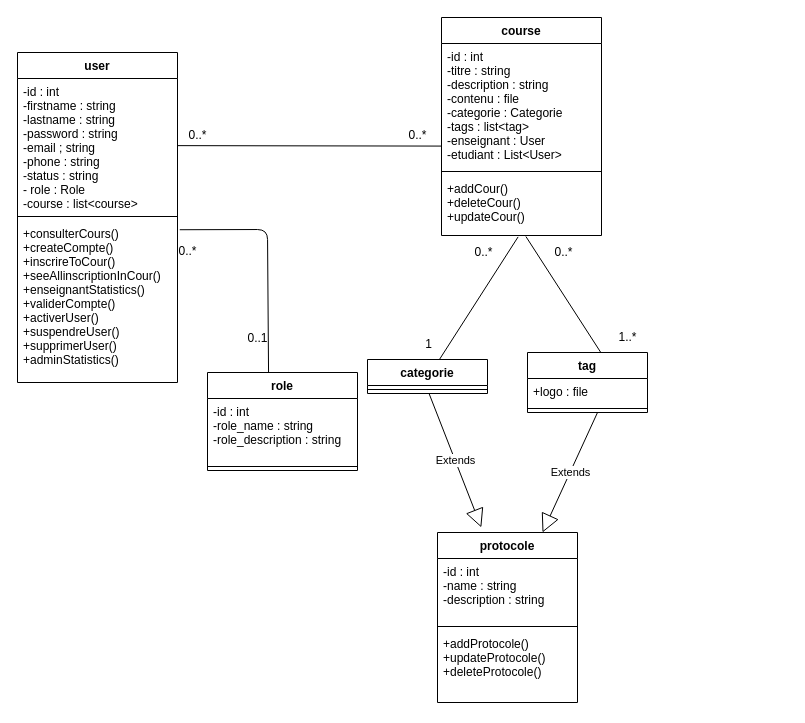
Earlier version of the draw.io diagram Conception/DC.drawio (AmeksaKhadija/YouDemy). Source tidied: cells renumbered, new cells numbered last; positions are measured from the earlier drawing's top-left corner, leaving out a move shared by most shapes. Both pictures are drawn from the tidied source at 100%, with x=0, y=0 at pixel (17, 17).
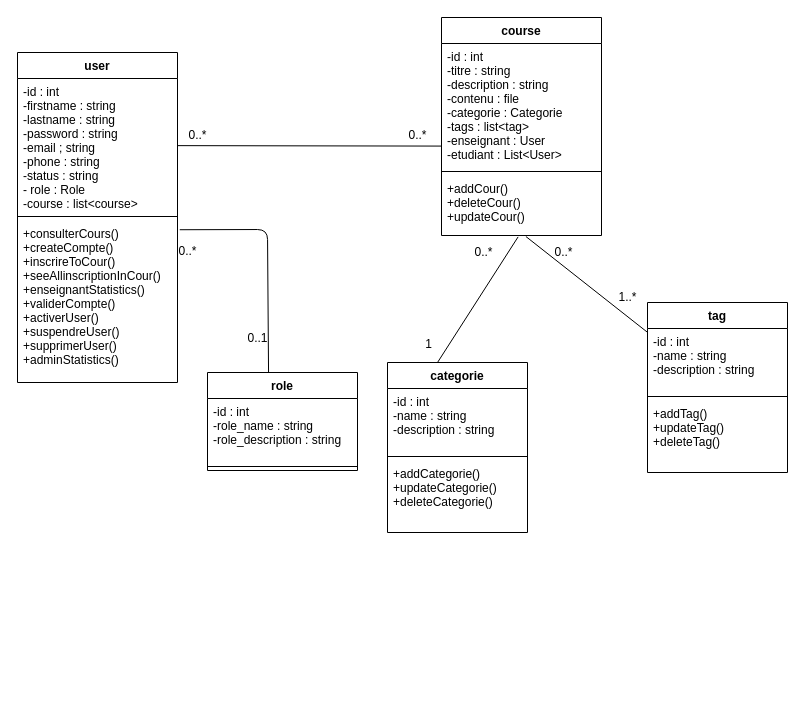
The same diagram, later.

Change to the diagram source:
```diff
@@
-    <mxCell id="6" style="endArrow=none;html=1;exitX=0.331;exitY=-0.009;exitDx=0;exitDy=0;exitPerimeter=0;" parent="1" edge="1">
+    <mxCell id="6" style="endArrow=none;html=1;" parent="1" edge="1" source="29">
       <mxGeometry relative="1" as="geometry">
-        <mxPoint x="583" y="334.5" as="sourcePoint" />
         <mxPoint x="508.4" y="219" as="targetPoint" />
       </mxGeometry>
     </mxCell>
-    <mxCell id="7" value="protocole" style="swimlane;fontStyle=1;align=center;verticalAlign=top;horizontal=1;startSize=26;" parent="1" vertex="1">
-      <mxGeometry x="420" y="515" width="140" height="170" as="geometry" />
+    <mxCell id="7" value="categorie" style="swimlane;fontStyle=1;align=center;verticalAlign=top;horizontal=1;startSize=26;" parent="1" vertex="1">
+      <mxGeometry x="370" y="345" width="140" height="170" as="geometry" />
     </mxCell>
@@
-    <mxCell id="10" value="+addProtocole()&#10;+updateProtocole()&#10;+deleteProtocole()" style="text;strokeColor=none;fillColor=none;align=left;verticalAlign=top;spacingLeft=4;spacingRight=4;overflow=hidden;" parent="7" vertex="1">
+    <mxCell id="10" value="+addCategorie()&#10;+updateCategorie()&#10;+deleteCategorie()" style="text;strokeColor=none;fillColor=none;align=left;verticalAlign=top;spacingLeft=4;spacingRight=4;overflow=hidden;" parent="7" vertex="1">
       <mxGeometry y="98" width="140" height="72" as="geometry" />
     </mxCell>
-    <mxCell id="11" value="Extends" style="endArrow=block;endSize=16;endFill=0;html=1;entryX=0.313;entryY=-0.03;entryDx=0;entryDy=0;entryPerimeter=0;" parent="1" edge="1" source="24" target="7">
-      <mxGeometry relative="1" as="geometry" />
-    </mxCell>
-    <mxCell id="12" value="Extends" style="endArrow=block;endSize=16;endFill=0;html=1;entryX=0.75;entryY=0;entryDx=0;entryDy=0;" parent="1" edge="1" target="7">
-      <mxGeometry relative="1" as="geometry">
-        <mxPoint x="580" y="395" as="sourcePoint" />
-      </mxGeometry>
-    </mxCell>
@@
     <mxCell id="14" value="1..*" style="text;html=1;align=center;verticalAlign=middle;strokeColor=none;fillColor=none;" parent="1" vertex="1">
-      <mxGeometry x="590" y="305" width="40" height="30" as="geometry" />
+      <mxGeometry x="590" y="265" width="40" height="30" as="geometry" />
     </mxCell>
@@
-    <mxCell id="23" value="categorie" style="swimlane;fontStyle=1;align=center;verticalAlign=top;horizontal=1;startSize=26;" parent="1" vertex="1">
-      <mxGeometry x="350" y="342" width="120" height="34" as="geometry" />
-    </mxCell>
-    <mxCell id="24" style="line;strokeWidth=1;fillColor=none;align=left;verticalAlign=middle;spacingTop=-1;spacingLeft=3;spacingRight=3;labelPosition=right;points=[];portConstraint=eastwest;strokeColor=inherit;" parent="23" vertex="1">
-      <mxGeometry y="26" width="120" height="8" as="geometry" />
-    </mxCell>
@@
-    <mxCell id="29" value="tag" style="swimlane;fontStyle=1;align=center;verticalAlign=top;horizontal=1;startSize=26;" parent="1" vertex="1">
-      <mxGeometry x="510" y="335" width="120" height="60" as="geometry" />
-    </mxCell>
-    <mxCell id="30" value="+logo : file" style="text;strokeColor=none;fillColor=none;align=left;verticalAlign=top;spacingLeft=4;spacingRight=4;overflow=hidden;" parent="29" vertex="1">
-      <mxGeometry y="26" width="120" height="26" as="geometry" />
-    </mxCell>
-    <mxCell id="31" style="line;strokeWidth=1;fillColor=none;align=left;verticalAlign=middle;spacingTop=-1;spacingLeft=3;spacingRight=3;labelPosition=right;strokeColor=inherit;" parent="29" vertex="1">
-      <mxGeometry y="52" width="120" height="8" as="geometry" />
-    </mxCell>
@@
+    <mxCell id="29" value="tag" style="swimlane;fontStyle=1;align=center;verticalAlign=top;horizontal=1;startSize=26;" parent="1" vertex="1">
+      <mxGeometry x="630" y="285" width="140" height="170" as="geometry" />
+    </mxCell>
+    <mxCell id="36" value="-id : int &#10;-name : string&#10;-description : string" style="text;strokeColor=none;fillColor=none;align=left;verticalAlign=top;spacingLeft=4;spacingRight=4;overflow=hidden;" parent="29" vertex="1">
+      <mxGeometry y="26" width="140" height="64" as="geometry" />
+    </mxCell>
+    <mxCell id="37" style="line;strokeWidth=1;fillColor=none;align=left;verticalAlign=middle;spacingTop=-1;spacingLeft=3;spacingRight=3;labelPosition=right;strokeColor=inherit;" parent="29" vertex="1">
+      <mxGeometry y="90" width="140" height="8" as="geometry" />
+    </mxCell>
+    <mxCell id="38" value="+addTag()&#10;+updateTag()&#10;+deleteTag()" style="text;strokeColor=none;fillColor=none;align=left;verticalAlign=top;spacingLeft=4;spacingRight=4;overflow=hidden;" parent="29" vertex="1">
+      <mxGeometry y="98" width="140" height="72" as="geometry" />
+    </mxCell>
```
